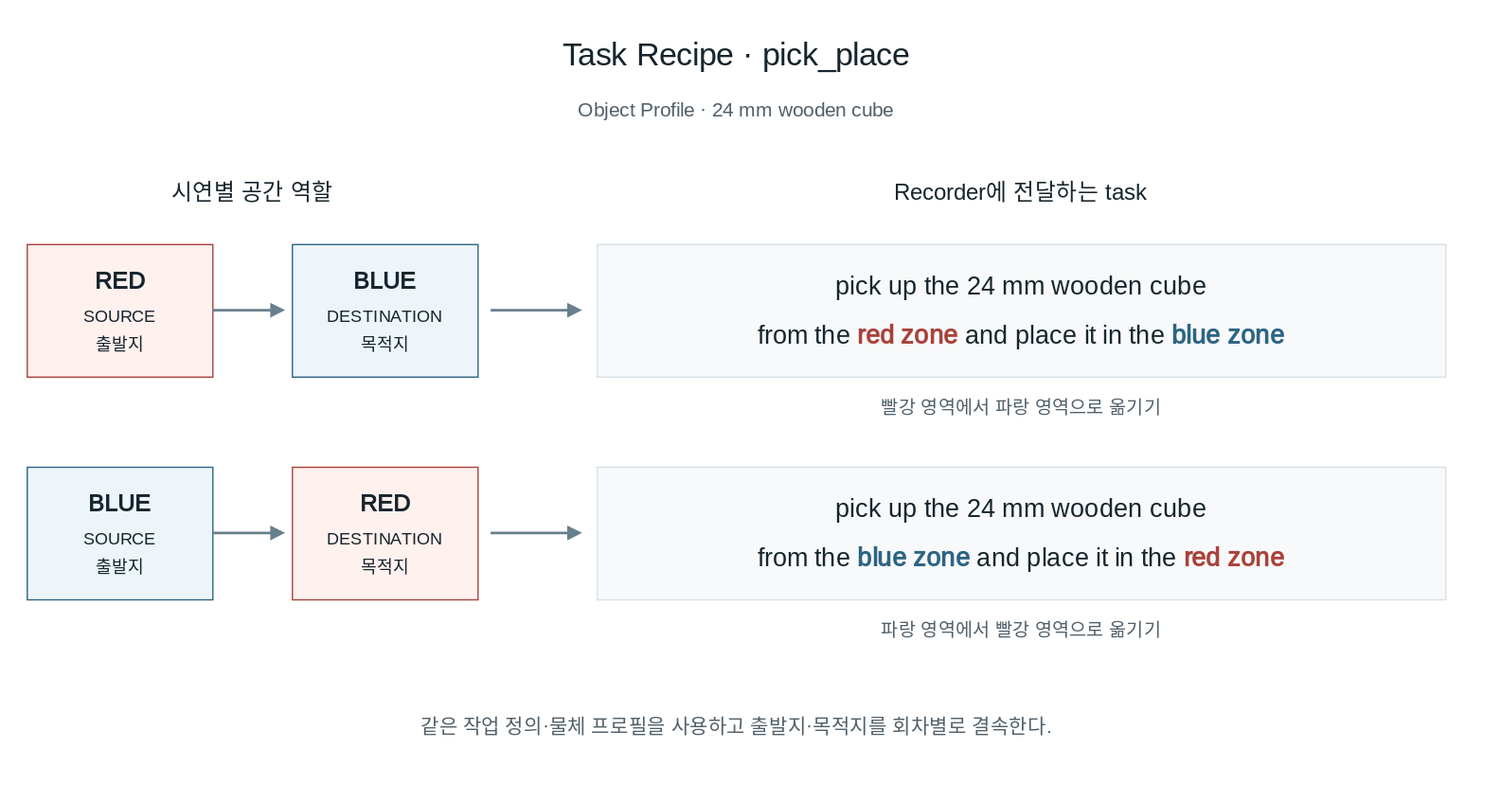
Earlier version of the draw.io export docs/portfolio/task-language.drawio.svg (hasemu1211/fr5-lerobot-connector). Source tidied: cells renumbered, new cells last; positions are measured from the earlier drawing's top-left corner, leaving out a move shared by most shapes.
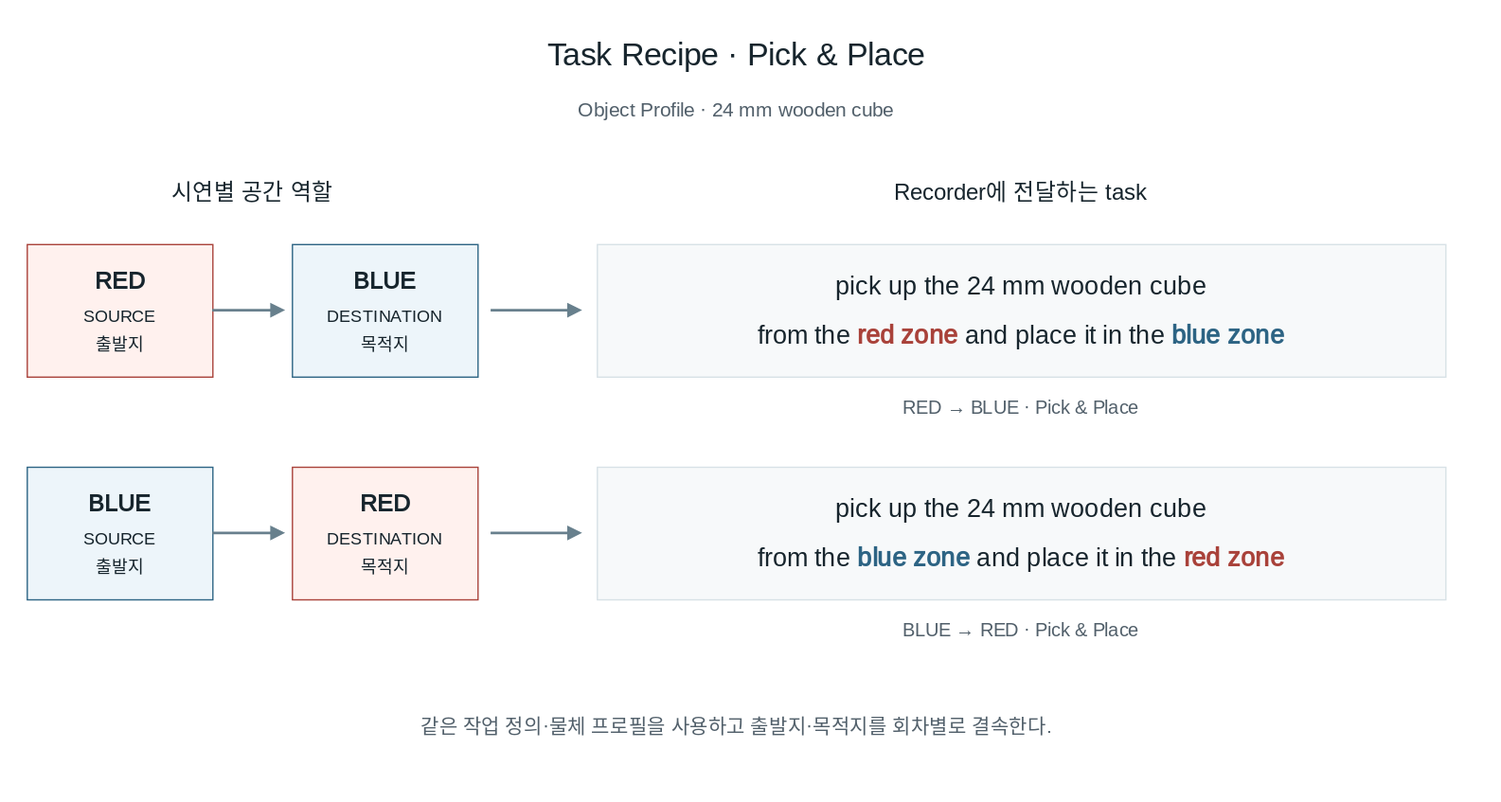
The same file after the commit.

The edit, as a diff of the source:
```diff
@@ -2,7 +2,7 @@
   <root>
     <mxCell id="0" />
     <mxCell id="1" parent="0" />
-    <mxCell id="2" value="Task Recipe · pick_place" style="html=1;whiteSpace=wrap;fontFamily=Noto Sans CJK KR;fontColor=#17252d;spacing=0;text;strokeColor=none;fillColor=none;fontSize=24;fontColor=#17252d;align=center;verticalAlign=middle;" parent="1" vertex="1">
+    <mxCell id="2" value="Task Recipe · Pick &amp;amp; Place" style="html=1;whiteSpace=wrap;fontFamily=Noto Sans CJK KR;fontColor=#17252d;spacing=0;text;strokeColor=none;fillColor=none;fontSize=24;fontColor=#17252d;align=center;verticalAlign=middle;" parent="1" vertex="1">
       <mxGeometry width="1070" height="42" as="geometry" />
     </mxCell>
     <mxCell id="3" value="Object Profile · 24 mm wooden cube" style="html=1;whiteSpace=wrap;fontFamily=Noto Sans CJK KR;fontColor=#17252d;spacing=0;text;strokeColor=none;fillColor=none;fontSize=15;fontColor=#52606b;align=center;verticalAlign=middle;" parent="1" vertex="1">
@@ -35,7 +35,7 @@
     <mxCell id="10" value="&lt;div style=&quot;line-height:1.9;font-size:19px&quot;&gt;pick up the 24 mm wooden cube&lt;br&gt;from the &lt;b style=&quot;color:#a9423a&quot;&gt;red zone&lt;/b&gt; and place it in the &lt;b style=&quot;color:#2d6484&quot;&gt;blue zone&lt;/b&gt;&lt;/div&gt;" style="html=1;whiteSpace=wrap;fontFamily=Noto Sans CJK KR;fontColor=#17252d;spacing=0;fillColor=#f7f9fa;strokeColor=#d7e1e6;fontSize=19;align=center;verticalAlign=middle;" parent="1" vertex="1">
       <mxGeometry x="430" y="164" width="640" height="100" as="geometry" />
     </mxCell>
-    <mxCell id="11" value="빨강 영역에서 파랑 영역으로 옮기기" style="html=1;whiteSpace=wrap;fontFamily=Noto Sans CJK KR;fontColor=#17252d;spacing=0;text;strokeColor=none;fillColor=none;fontSize=14;fontColor=#52606b;align=center;verticalAlign=middle;" parent="1" vertex="1">
+    <mxCell id="11" value="RED → BLUE · Pick &amp; Place" style="html=1;whiteSpace=wrap;fontFamily=Noto Sans CJK KR;fontColor=#17252d;spacing=0;text;strokeColor=none;fillColor=none;fontSize=14;fontColor=#52606b;align=center;verticalAlign=middle;" parent="1" vertex="1">
       <mxGeometry x="430" y="272" width="640" height="30" as="geometry" />
     </mxCell>
     <mxCell id="12" value="&lt;div style=&quot;line-height:1.65&quot;&gt;&lt;b style=&quot;font-size:18px&quot;&gt;BLUE&lt;/b&gt;&lt;br&gt;&lt;span style=&quot;font-size:13px&quot;&gt;SOURCE&lt;br&gt;출발지&lt;/span&gt;&lt;/div&gt;" style="html=1;whiteSpace=wrap;fontFamily=Noto Sans CJK KR;fontColor=#17252d;spacing=0;fillColor=#edf5fa;strokeColor=#2d6484;align=center;verticalAlign=middle;" parent="1" vertex="1">
@@ -59,7 +59,7 @@
     <mxCell id="16" value="&lt;div style=&quot;line-height:1.9;font-size:19px&quot;&gt;pick up the 24 mm wooden cube&lt;br&gt;from the &lt;b style=&quot;color:#2d6484&quot;&gt;blue zone&lt;/b&gt; and place it in the &lt;b style=&quot;color:#a9423a&quot;&gt;red zone&lt;/b&gt;&lt;/div&gt;" style="html=1;whiteSpace=wrap;fontFamily=Noto Sans CJK KR;fontColor=#17252d;spacing=0;fillColor=#f7f9fa;strokeColor=#d7e1e6;fontSize=19;align=center;verticalAlign=middle;" parent="1" vertex="1">
       <mxGeometry x="430" y="332" width="640" height="100" as="geometry" />
     </mxCell>
-    <mxCell id="17" value="파랑 영역에서 빨강 영역으로 옮기기" style="html=1;whiteSpace=wrap;fontFamily=Noto Sans CJK KR;fontColor=#17252d;spacing=0;text;strokeColor=none;fillColor=none;fontSize=14;fontColor=#52606b;align=center;verticalAlign=middle;" parent="1" vertex="1">
+    <mxCell id="17" value="BLUE → RED · Pick &amp; Place" style="html=1;whiteSpace=wrap;fontFamily=Noto Sans CJK KR;fontColor=#17252d;spacing=0;text;strokeColor=none;fillColor=none;fontSize=14;fontColor=#52606b;align=center;verticalAlign=middle;" parent="1" vertex="1">
       <mxGeometry x="430" y="440" width="640" height="30" as="geometry" />
     </mxCell>
     <mxCell id="18" value="같은 작업 정의·물체 프로필을 사용하고 출발지·목적지를 회차별로 결속한다." style="html=1;whiteSpace=wrap;fontFamily=Noto Sans CJK KR;fontColor=#17252d;spacing=0;text;strokeColor=none;fillColor=none;fontSize=15;fontColor=#52606b;align=center;verticalAlign=middle;" parent="1" vertex="1">
```
